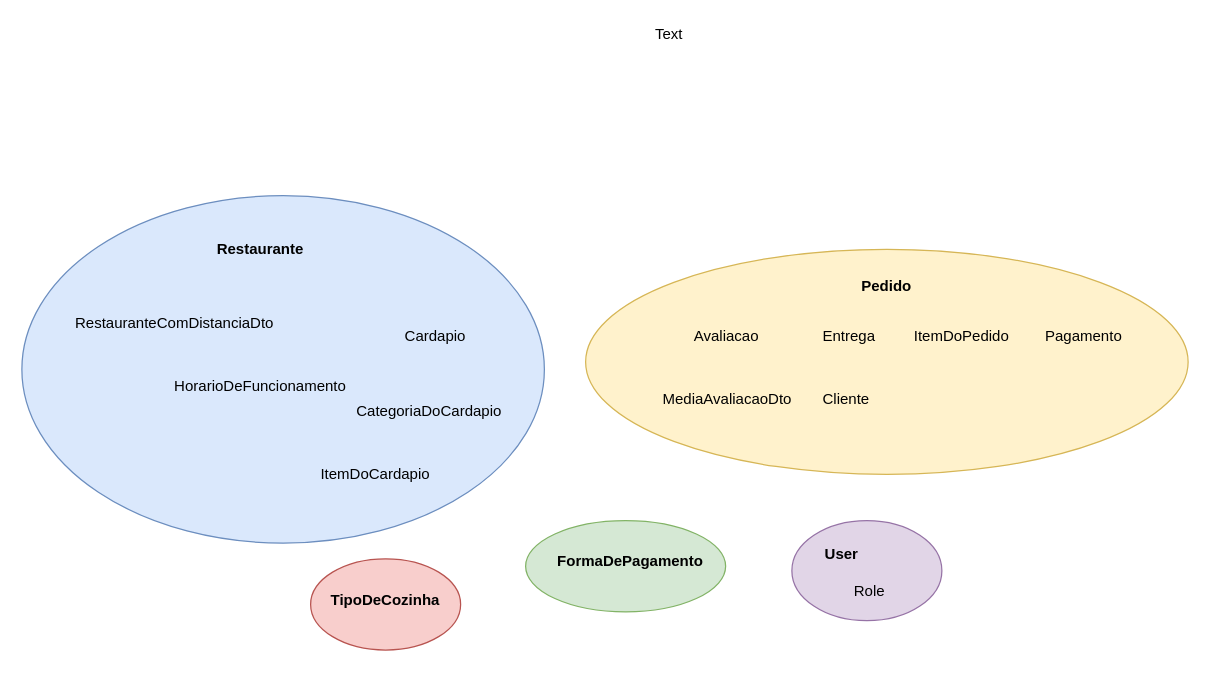
caelum/apostila-microservices-com-spring-cloud keeps this draw.io diagram as imagens/02-decompondo-o-monolito/agregados-do-caelum-eats.drawio. Above is the earlier version. Source tidied: cells renumbered, new cells numbered last; positions are measured from the earlier drawing's top-left corner, leaving out a move shared by most shapes. Both pictures are drawn from the tidied source at 125%, with x=0, y=0 at pixel (21, 21).
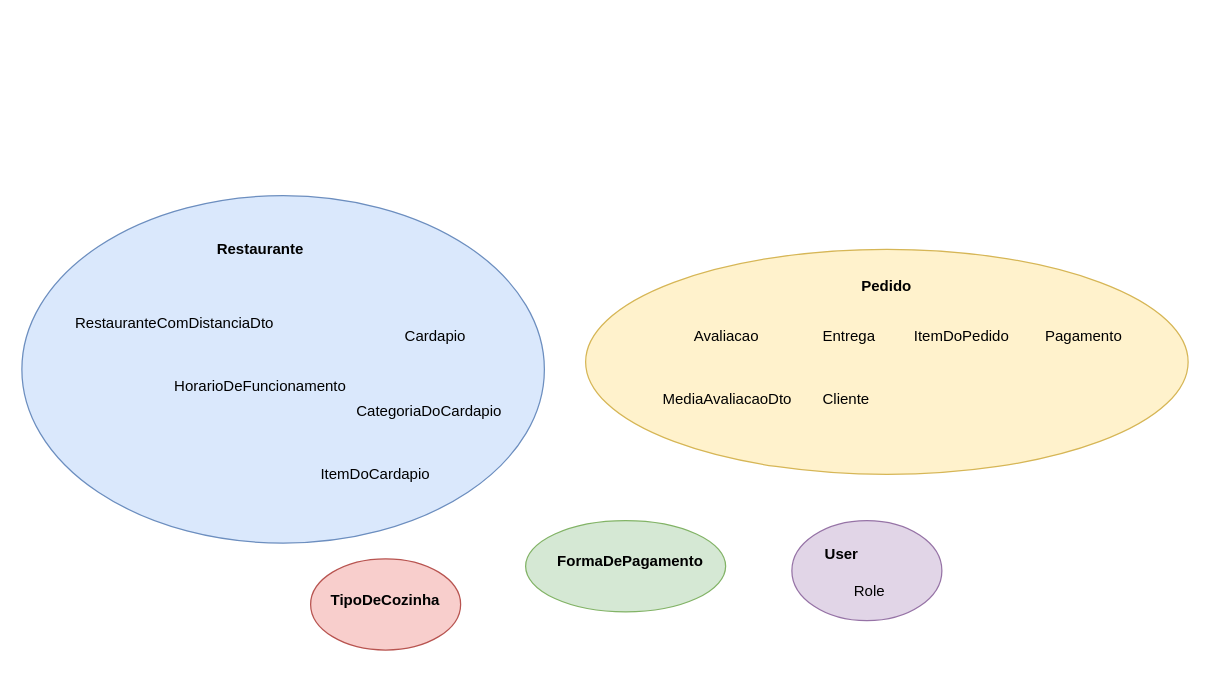
After the change.

Change to the diagram source:
```diff
@@
-    <mxCell id="29" value="Text" style="text;html=1;align=left;verticalAlign=top;spacingTop=-4;" parent="1" vertex="1">
-      <mxGeometry x="505" width="40" height="10" as="geometry" />
-    </mxCell>
```
